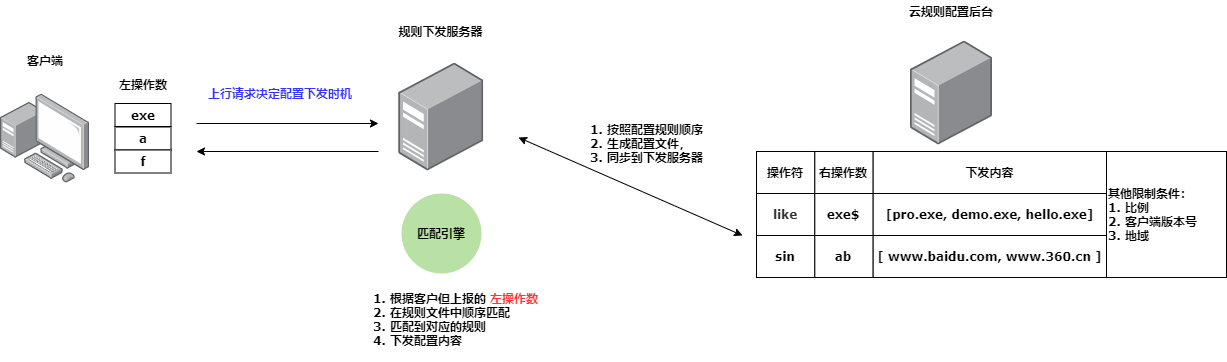
Earlier version of the draw.io export net/Untitled Diagram.png (aizsfgk/cdn). Source tidied: cells renumbered, new cells last; positions are measured from the earlier drawing's top-left corner, leaving out a move shared by most shapes.
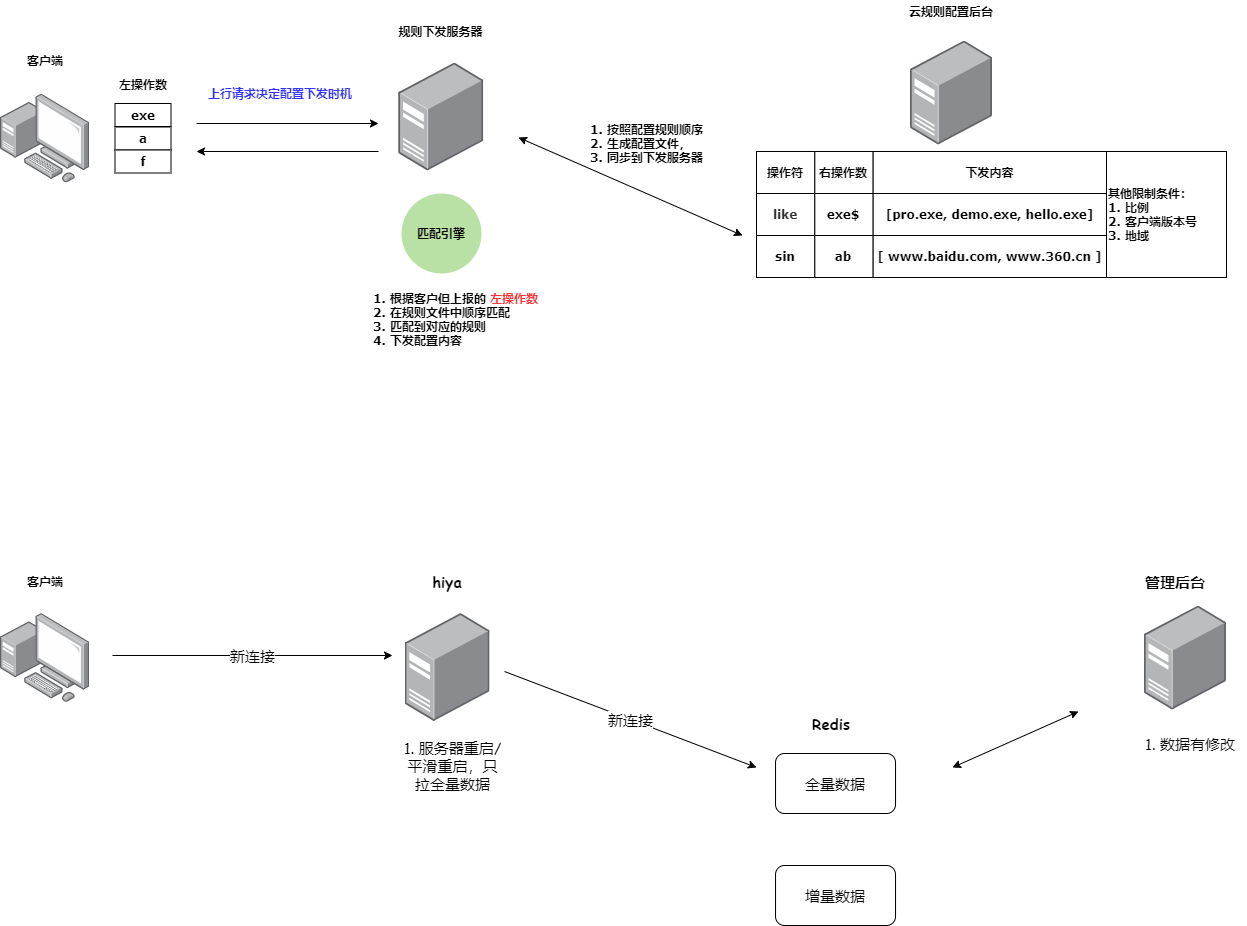
After the change.

What changed in the source:
```diff
@@ -104,5 +104,56 @@
     <mxCell id="32" value="上行请求决定配置下发时机" style="text;html=1;strokeColor=none;fillColor=none;align=center;verticalAlign=middle;whiteSpace=wrap;rounded=0;fontFamily=Verdana;fontColor=#3333FF;fontStyle=1;" parent="1" vertex="1">
       <mxGeometry x="181.5" y="81.5" width="196" height="20" as="geometry" />
     </mxCell>
+    <mxCell id="33" style="html=1;align=center;shadow=0;dashed=0;image;image=img/lib/allied_telesis/computer_and_terminals/Personal_Computer_with_Server.svg;fontFamily=Verdana;fontStyle=1;" parent="1" vertex="1">
+      <mxGeometry y="612" width="89" height="89" as="geometry" />
+    </mxCell>
+    <mxCell id="34" value="客户端" style="text;html=1;strokeColor=none;fillColor=none;align=center;verticalAlign=middle;whiteSpace=wrap;rounded=0;fontFamily=Verdana;fontStyle=1;" parent="1" vertex="1">
+      <mxGeometry x="24.5" y="570" width="40" height="20" as="geometry" />
+    </mxCell>
+    <mxCell id="35" style="html=1;align=center;shadow=0;dashed=0;image;image=img/lib/allied_telesis/computer_and_terminals/Server_Desktop.svg;fontFamily=Verdana;fontStyle=1;" parent="1" vertex="1">
+      <mxGeometry x="404.6" y="612" width="84.8" height="107.5" as="geometry" />
+    </mxCell>
+    <mxCell id="36" value="hiya" style="text;html=1;strokeColor=none;fillColor=none;align=center;verticalAlign=middle;whiteSpace=wrap;rounded=0;labelBackgroundColor=none;fontFamily=Comic Sans MS;fontSize=15;fontStyle=1;" parent="1" vertex="1">
+      <mxGeometry x="427" y="570" width="40" height="20" as="geometry" />
+    </mxCell>
+    <mxCell id="37" value="全量数据" style="rounded=1;whiteSpace=wrap;html=1;labelBackgroundColor=none;fontFamily=Comic Sans MS;fontSize=15;" parent="1" vertex="1">
+      <mxGeometry x="775" y="752" width="120" height="60" as="geometry" />
+    </mxCell>
+    <mxCell id="38" value="增量数据" style="rounded=1;whiteSpace=wrap;html=1;labelBackgroundColor=none;fontFamily=Comic Sans MS;fontSize=15;" parent="1" vertex="1">
+      <mxGeometry x="775" y="864" width="120" height="60" as="geometry" />
+    </mxCell>
+    <mxCell id="39" value="新连接" style="endArrow=classic;html=1;fontFamily=Comic Sans MS;fontSize=15;" parent="1" edge="1">
+      <mxGeometry relative="1" as="geometry">
+        <mxPoint x="112" y="654" as="sourcePoint" />
+        <mxPoint x="392" y="654" as="targetPoint" />
+      </mxGeometry>
+    </mxCell>
+    <mxCell id="40" value="新连接" style="endArrow=classic;html=1;fontFamily=Comic Sans MS;fontSize=15;" parent="1" edge="1">
+      <mxGeometry relative="1" as="geometry">
+        <mxPoint x="504" y="670" as="sourcePoint" />
+        <mxPoint x="756" y="766" as="targetPoint" />
+      </mxGeometry>
+    </mxCell>
+    <mxCell id="41" style="html=1;align=center;shadow=0;dashed=0;image;image=img/lib/allied_telesis/computer_and_terminals/Server_Desktop.svg;fontFamily=Verdana;fontStyle=1;" parent="1" vertex="1">
+      <mxGeometry x="1144" y="604.5" width="82" height="104" as="geometry" />
+    </mxCell>
+    <mxCell id="42" value="管理后台" style="text;html=1;strokeColor=none;fillColor=none;align=center;verticalAlign=middle;whiteSpace=wrap;rounded=0;labelBackgroundColor=none;fontFamily=Comic Sans MS;fontSize=15;fontStyle=1;" parent="1" vertex="1">
+      <mxGeometry x="1134" y="570" width="82" height="20" as="geometry" />
+    </mxCell>
+    <mxCell id="43" style="endArrow=classic;startArrow=classic;html=1;fontFamily=Comic Sans MS;fontSize=15;" parent="1" edge="1">
+      <mxGeometry relative="1" as="geometry">
+        <mxPoint x="952" y="766" as="sourcePoint" />
+        <mxPoint x="1078" y="710" as="targetPoint" />
+      </mxGeometry>
+    </mxCell>
+    <mxCell id="44" value="1. 数据有修改" style="text;html=1;strokeColor=none;fillColor=none;align=center;verticalAlign=middle;whiteSpace=wrap;rounded=0;labelBackgroundColor=none;fontFamily=Comic Sans MS;fontSize=15;" parent="1" vertex="1">
+      <mxGeometry x="1134" y="732" width="112" height="20" as="geometry" />
+    </mxCell>
+    <mxCell id="45" value="1. 服务器重启/平滑重启，只拉全量数据" style="text;html=1;strokeColor=none;fillColor=none;align=center;verticalAlign=middle;whiteSpace=wrap;rounded=0;labelBackgroundColor=none;fontFamily=Comic Sans MS;fontSize=15;" parent="1" vertex="1">
+      <mxGeometry x="401" y="732" width="103" height="64" as="geometry" />
+    </mxCell>
+    <mxCell id="46" value="Redis" style="text;html=1;strokeColor=none;fillColor=none;align=center;verticalAlign=middle;whiteSpace=wrap;rounded=0;labelBackgroundColor=none;fontFamily=Comic Sans MS;fontSize=15;fontStyle=1;" parent="1" vertex="1">
+      <mxGeometry x="798" y="712" width="66" height="20" as="geometry" />
+    </mxCell>
   </root>
 </mxGraphModel>
```
